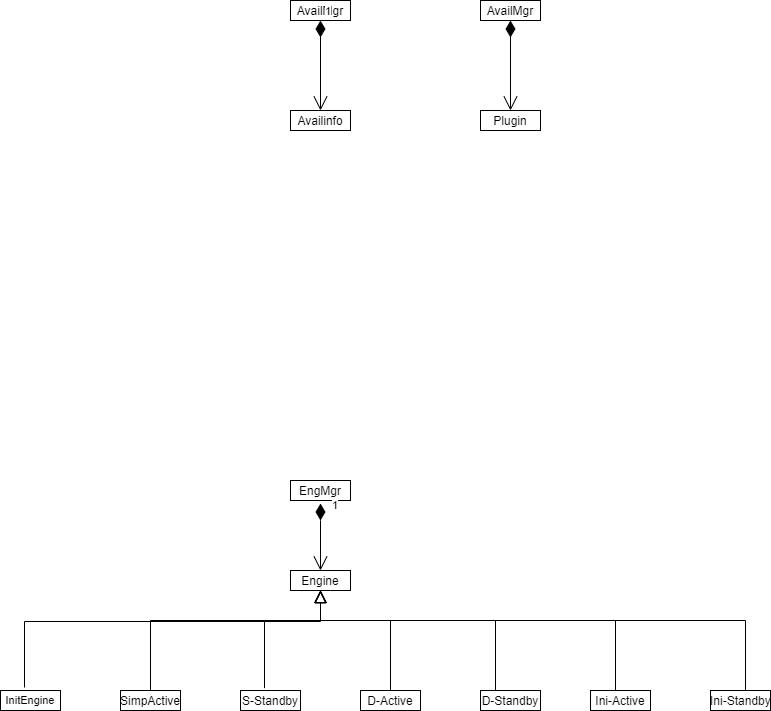
Above: UML/Engine.png in Steve888888/FN-Redundancy (draw.io), before the change. Source tidied: cells renumbered, new cells last; positions are measured from the earlier drawing's top-left corner, leaving out a move shared by most shapes.
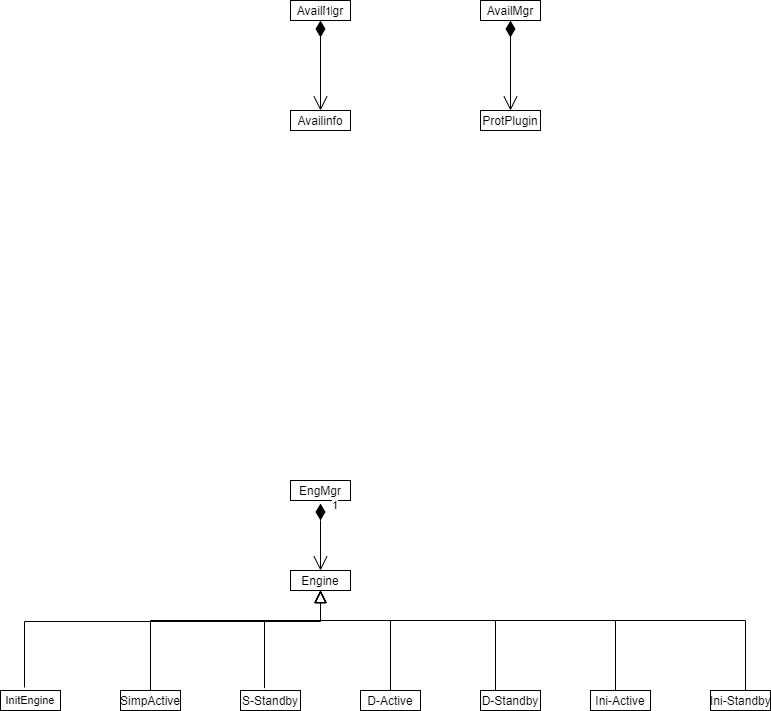
The same diagram one commit later.

Change to the diagram source:
```diff
@@ -119,7 +119,7 @@
     <mxCell id="23" value="&lt;p style=&quot;margin: 0px ; margin-top: 4px ; text-align: center&quot;&gt;AvailMgr&lt;/p&gt;&lt;hr size=&quot;1&quot;&gt;&lt;div style=&quot;height: 2px&quot;&gt;&lt;/div&gt;" style="verticalAlign=top;align=left;overflow=fill;fontSize=12;fontFamily=Helvetica;html=1;" parent="1" vertex="1">
       <mxGeometry x="480" width="60" height="20" as="geometry" />
     </mxCell>
-    <mxCell id="24" value="&lt;p style=&quot;margin: 0px ; margin-top: 4px ; text-align: center&quot;&gt;Plugin&lt;/p&gt;&lt;hr size=&quot;1&quot;&gt;&lt;div style=&quot;height: 2px&quot;&gt;&lt;/div&gt;" style="verticalAlign=top;align=left;overflow=fill;fontSize=12;fontFamily=Helvetica;html=1;" parent="1" vertex="1">
+    <mxCell id="24" value="&lt;p style=&quot;margin: 0px ; margin-top: 4px ; text-align: center&quot;&gt;ProtPlugin&lt;/p&gt;&lt;hr size=&quot;1&quot;&gt;&lt;div style=&quot;height: 2px&quot;&gt;&lt;/div&gt;" style="verticalAlign=top;align=left;overflow=fill;fontSize=12;fontFamily=Helvetica;html=1;" parent="1" vertex="1">
       <mxGeometry x="480" y="110" width="60" height="20" as="geometry" />
     </mxCell>
   </root>
```
